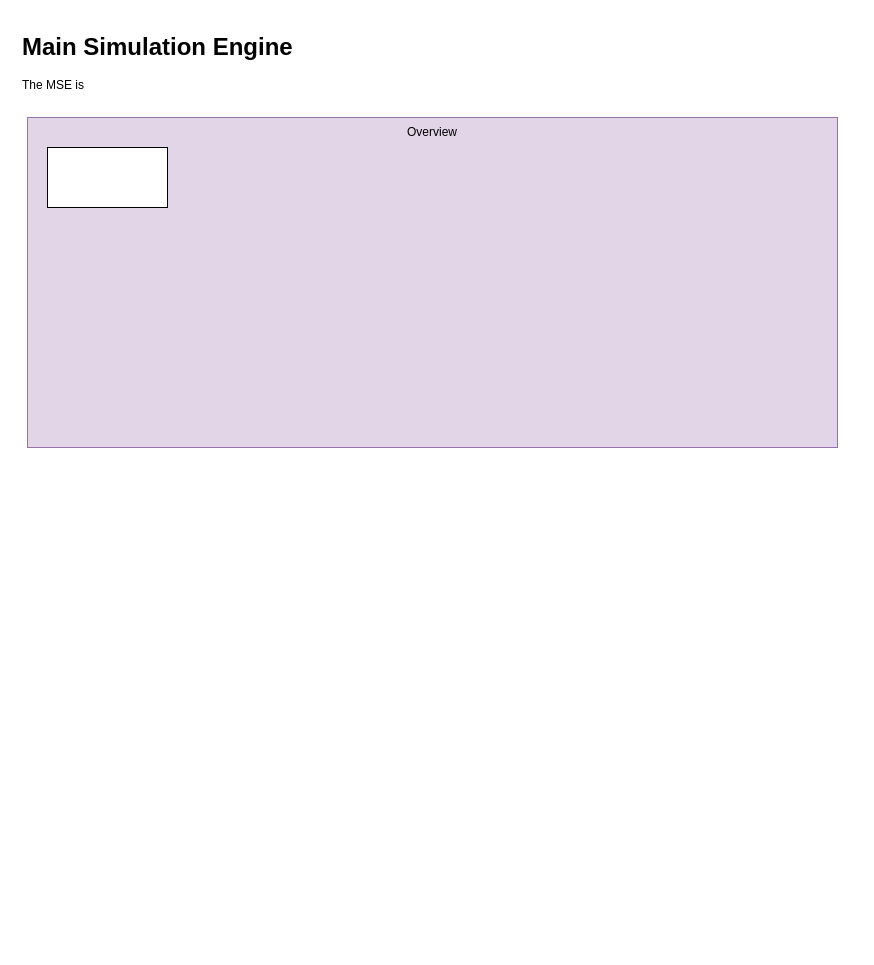
The draw.io diagram Docs/BrainGenix-NES.drawio in carboncopies/BrainGenix-NES, before the edit. Source tidied: cells renumbered, new cells numbered last; positions are measured from the earlier drawing's top-left corner, leaving out a move shared by most shapes. Both pictures are drawn from the tidied source at 100%, with x=0, y=0 at pixel (17, 27).
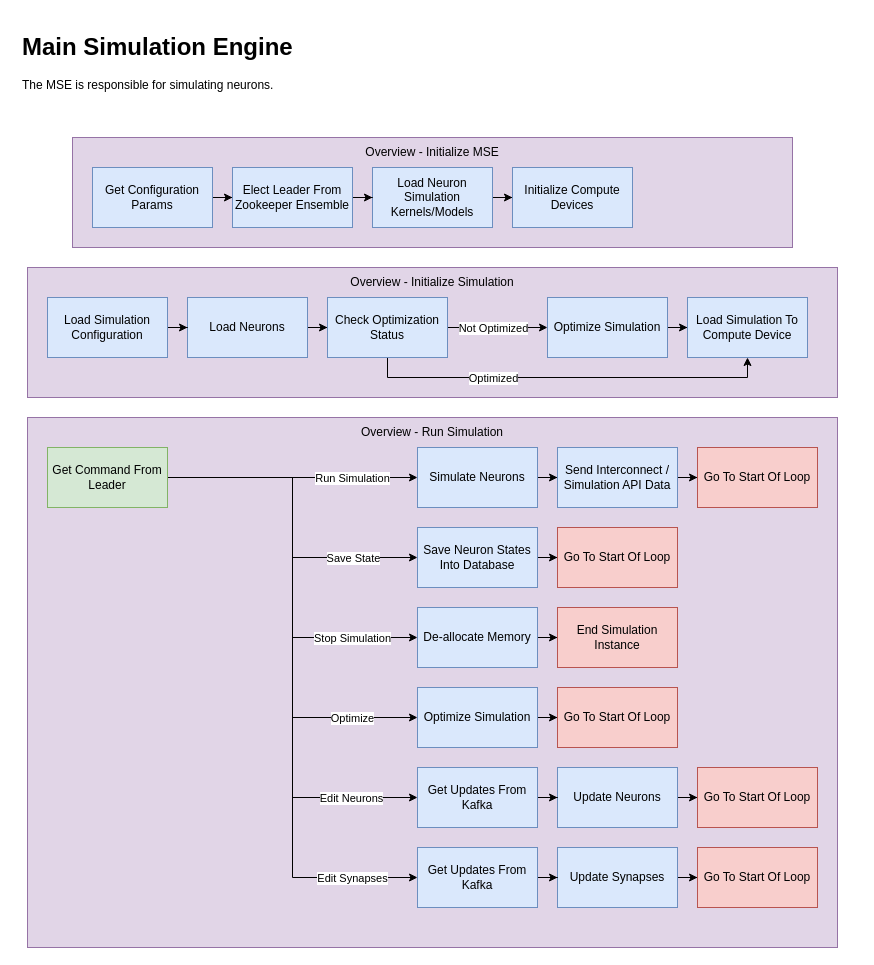
The same diagram, later.

Change to the diagram source:
```diff
@@
     <mxCell id="2" style="rounded=0;whiteSpace=wrap;html=1;fillColor=#e1d5e7;strokeColor=#9673a6;" parent="1" vertex="1">
-      <mxGeometry x="10" y="90" width="810" height="330" as="geometry" />
+      <mxGeometry x="55" y="110" width="720" height="110" as="geometry" />
     </mxCell>
-    <mxCell id="3" value="&lt;h1&gt;Main Simulation Engine&lt;br&gt;&lt;/h1&gt;&lt;p&gt;The MSE is &lt;br&gt;&lt;/p&gt;" style="text;html=1;strokeColor=none;fillColor=none;spacing=5;spacingTop=-20;whiteSpace=wrap;overflow=hidden;rounded=0;" parent="1" vertex="1">
-      <mxGeometry width="840" height="120" as="geometry" />
+    <mxCell id="3" value="&lt;h1&gt;Main Simulation Engine&lt;br&gt;&lt;/h1&gt;&lt;p&gt;The MSE is responsible for simulating neurons.&lt;br&gt;&lt;/p&gt;" style="text;html=1;strokeColor=none;fillColor=none;spacing=5;spacingTop=-20;whiteSpace=wrap;overflow=hidden;rounded=0;" parent="1" vertex="1">
+      <mxGeometry width="830" height="100" as="geometry" />
     </mxCell>
-    <mxCell id="4" value="Overview" style="text;html=1;strokeColor=none;fillColor=none;align=center;verticalAlign=middle;whiteSpace=wrap;rounded=0;" parent="1" vertex="1">
-      <mxGeometry x="10" y="90" width="810" height="30" as="geometry" />
+    <mxCell id="4" value="Overview - Initialize MSE" style="text;html=1;strokeColor=none;fillColor=none;align=center;verticalAlign=middle;whiteSpace=wrap;rounded=0;" parent="1" vertex="1">
+      <mxGeometry x="55" y="110" width="720" height="30" as="geometry" />
     </mxCell>
+    <mxCell id="6" style="edgeStyle=orthogonalEdgeStyle;rounded=0;jettySize=auto;html=1;" parent="1" edge="1" source="5" target="9">
+      <mxGeometry relative="1" as="geometry" />
+    </mxCell>
-    <mxCell id="5" style="rounded=0;whiteSpace=wrap;html=1;" parent="1" vertex="1">
-      <mxGeometry x="30" y="120" width="120" height="60" as="geometry" />
+    <mxCell id="5" value="Load Neuron Simulation Kernels/Models" style="rounded=0;whiteSpace=wrap;html=1;fillColor=#dae8fc;strokeColor=#6c8ebf;" parent="1" vertex="1">
+      <mxGeometry x="355" y="140" width="120" height="60" as="geometry" />
     </mxCell>
+    <mxCell id="7" style="edgeStyle=orthogonalEdgeStyle;rounded=0;jettySize=auto;html=1;" parent="1" edge="1" source="8" target="40">
+      <mxGeometry relative="1" as="geometry" />
+    </mxCell>
+    <mxCell id="8" value="Get Configuration Params" style="rounded=0;whiteSpace=wrap;html=1;fillColor=#dae8fc;strokeColor=#6c8ebf;" parent="1" vertex="1">
+      <mxGeometry x="75" y="140" width="120" height="60" as="geometry" />
+    </mxCell>
+    <mxCell id="9" value="Initialize Compute Devices" style="rounded=0;whiteSpace=wrap;html=1;fillColor=#dae8fc;strokeColor=#6c8ebf;" parent="1" vertex="1">
+      <mxGeometry x="495" y="140" width="120" height="60" as="geometry" />
+    </mxCell>
+    <mxCell id="10" style="rounded=0;whiteSpace=wrap;html=1;fillColor=#e1d5e7;strokeColor=#9673a6;" parent="1" vertex="1">
+      <mxGeometry x="10" y="240" width="810" height="130" as="geometry" />
+    </mxCell>
+    <mxCell id="11" value="Overview - Initialize Simulation" style="text;html=1;strokeColor=none;fillColor=none;align=center;verticalAlign=middle;whiteSpace=wrap;rounded=0;" parent="1" vertex="1">
+      <mxGeometry x="10" y="240" width="810" height="30" as="geometry" />
+    </mxCell>
+    <mxCell id="12" style="edgeStyle=orthogonalEdgeStyle;rounded=0;jettySize=auto;html=1;" parent="1" edge="1" source="13" target="18">
+      <mxGeometry relative="1" as="geometry" />
+    </mxCell>
+    <mxCell id="13" value="Load Neurons" style="rounded=0;whiteSpace=wrap;html=1;fillColor=#dae8fc;strokeColor=#6c8ebf;" parent="1" vertex="1">
+      <mxGeometry x="170" y="270" width="120" height="60" as="geometry" />
+    </mxCell>
+    <mxCell id="14" style="edgeStyle=orthogonalEdgeStyle;rounded=0;jettySize=auto;html=1;" parent="1" edge="1" source="18" target="37">
+      <mxGeometry relative="1" as="geometry" />
+    </mxCell>
+    <mxCell id="15" value="Not Optimized" style="edgeLabel;html=1;align=center;verticalAlign=middle;" parent="14" vertex="1">
+      <mxGeometry x="-0.26" y="-1" relative="1" as="geometry">
+        <mxPoint x="8" y="-1" as="offset" />
+      </mxGeometry>
+    </mxCell>
+    <mxCell id="16" style="edgeStyle=orthogonalEdgeStyle;rounded=0;jettySize=auto;html=1;" parent="1" edge="1" source="18" target="38">
+      <mxGeometry relative="1" as="geometry">
+        <Array as="points">
+          <mxPoint x="370" y="350" />
+          <mxPoint x="730" y="350" />
+        </Array>
+      </mxGeometry>
+    </mxCell>
+    <mxCell id="17" value="Optimized" style="edgeLabel;html=1;align=center;verticalAlign=middle;" parent="16" vertex="1">
+      <mxGeometry x="-0.07" relative="1" as="geometry">
+        <mxPoint x="-61" as="offset" />
+      </mxGeometry>
+    </mxCell>
+    <mxCell id="18" value="Check Optimization Status" style="rounded=0;whiteSpace=wrap;html=1;fillColor=#dae8fc;strokeColor=#6c8ebf;" parent="1" vertex="1">
+      <mxGeometry x="310" y="270" width="120" height="60" as="geometry" />
+    </mxCell>
+    <mxCell id="19" style="edgeStyle=orthogonalEdgeStyle;rounded=0;jettySize=auto;html=1;" parent="1" edge="1" source="20" target="13">
+      <mxGeometry relative="1" as="geometry" />
+    </mxCell>
+    <mxCell id="20" value="Load Simulation Configuration" style="rounded=0;whiteSpace=wrap;html=1;fillColor=#dae8fc;strokeColor=#6c8ebf;" parent="1" vertex="1">
+      <mxGeometry x="30" y="270" width="120" height="60" as="geometry" />
+    </mxCell>
+    <mxCell id="21" style="rounded=0;whiteSpace=wrap;html=1;fillColor=#e1d5e7;strokeColor=#9673a6;" parent="1" vertex="1">
+      <mxGeometry x="10" y="390" width="810" height="530" as="geometry" />
+    </mxCell>
+    <mxCell id="22" value="Overview - Run Simulation" style="text;html=1;strokeColor=none;fillColor=none;align=center;verticalAlign=middle;whiteSpace=wrap;rounded=0;" parent="1" vertex="1">
+      <mxGeometry x="10" y="390" width="810" height="30" as="geometry" />
+    </mxCell>
+    <mxCell id="23" style="edgeStyle=orthogonalEdgeStyle;rounded=0;jettySize=auto;html=1;" parent="1" edge="1" source="35" target="42">
+      <mxGeometry relative="1" as="geometry" />
+    </mxCell>
+    <mxCell id="24" value="Run Simulation" style="edgeLabel;html=1;align=center;verticalAlign=middle;" parent="23" vertex="1">
+      <mxGeometry x="0.12" y="-1" relative="1" as="geometry">
+        <mxPoint x="44" y="-1" as="offset" />
+      </mxGeometry>
+    </mxCell>
+    <mxCell id="25" style="edgeStyle=orthogonalEdgeStyle;rounded=0;jettySize=auto;html=1;entryX=0;entryY=0.5;entryDx=0;entryDy=0;" parent="1" edge="1" source="35" target="47">
+      <mxGeometry relative="1" as="geometry" />
+    </mxCell>
+    <mxCell id="26" value="Save State" style="edgeLabel;html=1;align=center;verticalAlign=middle;" parent="25" vertex="1">
+      <mxGeometry x="0.56" relative="1" as="geometry">
+        <mxPoint x="8" as="offset" />
+      </mxGeometry>
+    </mxCell>
+    <mxCell id="27" style="edgeStyle=orthogonalEdgeStyle;rounded=0;jettySize=auto;html=1;entryX=0;entryY=0.5;entryDx=0;entryDy=0;" parent="1" edge="1" source="35" target="50">
+      <mxGeometry relative="1" as="geometry" />
+    </mxCell>
+    <mxCell id="28" value="Stop Simulation" style="edgeLabel;html=1;align=center;verticalAlign=middle;" parent="27" vertex="1">
+      <mxGeometry x="0.65" relative="1" as="geometry">
+        <mxPoint x="6" as="offset" />
+      </mxGeometry>
+    </mxCell>
+    <mxCell id="29" style="edgeStyle=orthogonalEdgeStyle;rounded=0;jettySize=auto;html=1;entryX=0;entryY=0.5;entryDx=0;entryDy=0;" parent="1" edge="1" source="35" target="53">
+      <mxGeometry relative="1" as="geometry" />
+    </mxCell>
+    <mxCell id="30" value="Optimize" style="edgeLabel;html=1;align=center;verticalAlign=middle;" parent="29" vertex="1">
+      <mxGeometry x="0.71" y="1" relative="1" as="geometry">
+        <mxPoint x="5" y="1" as="offset" />
+      </mxGeometry>
+    </mxCell>
+    <mxCell id="31" style="edgeStyle=orthogonalEdgeStyle;rounded=0;jettySize=auto;html=1;entryX=0;entryY=0.5;entryDx=0;entryDy=0;" parent="1" edge="1" source="35" target="58">
+      <mxGeometry relative="1" as="geometry" />
+    </mxCell>
+    <mxCell id="32" value="Edit Neurons" style="edgeLabel;html=1;align=center;verticalAlign=middle;" parent="31" vertex="1">
+      <mxGeometry x="0.71" y="-1" relative="1" as="geometry">
+        <mxPoint x="16" y="-1" as="offset" />
+      </mxGeometry>
+    </mxCell>
+    <mxCell id="33" style="edgeStyle=orthogonalEdgeStyle;rounded=0;jettySize=auto;html=1;entryX=0;entryY=0.5;entryDx=0;entryDy=0;" parent="1" edge="1" source="35" target="63">
+      <mxGeometry relative="1" as="geometry" />
+    </mxCell>
+    <mxCell id="34" value="Edit Synapses" style="edgeLabel;html=1;align=center;verticalAlign=middle;" parent="33" vertex="1">
+      <mxGeometry x="0.76" y="1" relative="1" as="geometry">
+        <mxPoint x="12" y="1" as="offset" />
+      </mxGeometry>
+    </mxCell>
+    <mxCell id="35" value="Get Command From Leader" style="rounded=0;whiteSpace=wrap;html=1;fillColor=#d5e8d4;strokeColor=#82b366;" parent="1" vertex="1">
+      <mxGeometry x="30" y="420" width="120" height="60" as="geometry" />
+    </mxCell>
+    <mxCell id="36" style="edgeStyle=orthogonalEdgeStyle;rounded=0;jettySize=auto;html=1;" parent="1" edge="1" source="37" target="38">
+      <mxGeometry relative="1" as="geometry" />
+    </mxCell>
+    <mxCell id="37" value="Optimize Simulation" style="rounded=0;whiteSpace=wrap;html=1;fillColor=#dae8fc;strokeColor=#6c8ebf;" parent="1" vertex="1">
+      <mxGeometry x="530" y="270" width="120" height="60" as="geometry" />
+    </mxCell>
+    <mxCell id="38" value="Load Simulation To Compute Device" style="rounded=0;whiteSpace=wrap;html=1;fillColor=#dae8fc;strokeColor=#6c8ebf;" parent="1" vertex="1">
+      <mxGeometry x="670" y="270" width="120" height="60" as="geometry" />
+    </mxCell>
+    <mxCell id="39" style="edgeStyle=orthogonalEdgeStyle;rounded=0;jettySize=auto;html=1;" parent="1" edge="1" source="40" target="5">
+      <mxGeometry relative="1" as="geometry" />
+    </mxCell>
+    <mxCell id="40" value="Elect Leader From Zookeeper Ensemble" style="rounded=0;whiteSpace=wrap;html=1;fillColor=#dae8fc;strokeColor=#6c8ebf;" parent="1" vertex="1">
+      <mxGeometry x="215" y="140" width="120" height="60" as="geometry" />
+    </mxCell>
+    <mxCell id="41" style="edgeStyle=orthogonalEdgeStyle;rounded=0;jettySize=auto;html=1;" parent="1" edge="1" source="42" target="44">
+      <mxGeometry relative="1" as="geometry" />
+    </mxCell>
+    <mxCell id="42" value="Simulate Neurons" style="rounded=0;whiteSpace=wrap;html=1;fillColor=#dae8fc;strokeColor=#6c8ebf;" parent="1" vertex="1">
+      <mxGeometry x="400" y="420" width="120" height="60" as="geometry" />
+    </mxCell>
+    <mxCell id="43" style="edgeStyle=orthogonalEdgeStyle;rounded=0;jettySize=auto;html=1;" parent="1" edge="1" source="44" target="45">
+      <mxGeometry relative="1" as="geometry" />
+    </mxCell>
+    <mxCell id="44" value="Send Interconnect / Simulation API Data" style="rounded=0;whiteSpace=wrap;html=1;fillColor=#dae8fc;strokeColor=#6c8ebf;" parent="1" vertex="1">
+      <mxGeometry x="540" y="420" width="120" height="60" as="geometry" />
+    </mxCell>
+    <mxCell id="45" value="Go To Start Of Loop" style="rounded=0;whiteSpace=wrap;html=1;fillColor=#f8cecc;strokeColor=#b85450;" parent="1" vertex="1">
+      <mxGeometry x="680" y="420" width="120" height="60" as="geometry" />
+    </mxCell>
+    <mxCell id="46" style="edgeStyle=orthogonalEdgeStyle;rounded=0;jettySize=auto;html=1;" parent="1" edge="1" source="47" target="48">
+      <mxGeometry relative="1" as="geometry" />
+    </mxCell>
+    <mxCell id="47" value="Save Neuron States Into Database" style="rounded=0;whiteSpace=wrap;html=1;fillColor=#dae8fc;strokeColor=#6c8ebf;" parent="1" vertex="1">
+      <mxGeometry x="400" y="500" width="120" height="60" as="geometry" />
+    </mxCell>
+    <mxCell id="48" value="Go To Start Of Loop" style="rounded=0;whiteSpace=wrap;html=1;fillColor=#f8cecc;strokeColor=#b85450;" parent="1" vertex="1">
+      <mxGeometry x="540" y="500" width="120" height="60" as="geometry" />
+    </mxCell>
+    <mxCell id="49" style="edgeStyle=orthogonalEdgeStyle;rounded=0;jettySize=auto;html=1;" parent="1" edge="1" source="50" target="51">
+      <mxGeometry relative="1" as="geometry" />
+    </mxCell>
+    <mxCell id="50" value="De-allocate Memory" style="rounded=0;whiteSpace=wrap;html=1;fillColor=#dae8fc;strokeColor=#6c8ebf;" parent="1" vertex="1">
+      <mxGeometry x="400" y="580" width="120" height="60" as="geometry" />
+    </mxCell>
+    <mxCell id="51" value="End Simulation Instance" style="rounded=0;whiteSpace=wrap;html=1;fillColor=#f8cecc;strokeColor=#b85450;" parent="1" vertex="1">
+      <mxGeometry x="540" y="580" width="120" height="60" as="geometry" />
+    </mxCell>
+    <mxCell id="52" style="edgeStyle=orthogonalEdgeStyle;rounded=0;jettySize=auto;html=1;" parent="1" edge="1" source="53" target="54">
+      <mxGeometry relative="1" as="geometry" />
+    </mxCell>
+    <mxCell id="53" value="Optimize Simulation" style="rounded=0;whiteSpace=wrap;html=1;fillColor=#dae8fc;strokeColor=#6c8ebf;" parent="1" vertex="1">
+      <mxGeometry x="400" y="660" width="120" height="60" as="geometry" />
+    </mxCell>
+    <mxCell id="54" value="Go To Start Of Loop" style="rounded=0;whiteSpace=wrap;html=1;fillColor=#f8cecc;strokeColor=#b85450;" parent="1" vertex="1">
+      <mxGeometry x="540" y="660" width="120" height="60" as="geometry" />
+    </mxCell>
+    <mxCell id="55" style="edgeStyle=orthogonalEdgeStyle;rounded=0;jettySize=auto;html=1;" parent="1" edge="1" source="56" target="59">
+      <mxGeometry relative="1" as="geometry" />
+    </mxCell>
+    <mxCell id="56" value="Update Neurons" style="rounded=0;whiteSpace=wrap;html=1;fillColor=#dae8fc;strokeColor=#6c8ebf;" parent="1" vertex="1">
+      <mxGeometry x="540" y="740" width="120" height="60" as="geometry" />
+    </mxCell>
+    <mxCell id="57" style="edgeStyle=orthogonalEdgeStyle;rounded=0;jettySize=auto;html=1;" parent="1" edge="1" source="58" target="56">
+      <mxGeometry relative="1" as="geometry" />
+    </mxCell>
+    <mxCell id="58" value="Get Updates From Kafka" style="rounded=0;whiteSpace=wrap;html=1;fillColor=#dae8fc;strokeColor=#6c8ebf;" parent="1" vertex="1">
+      <mxGeometry x="400" y="740" width="120" height="60" as="geometry" />
+    </mxCell>
+    <mxCell id="59" value="Go To Start Of Loop" style="rounded=0;whiteSpace=wrap;html=1;fillColor=#f8cecc;strokeColor=#b85450;" parent="1" vertex="1">
+      <mxGeometry x="680" y="740" width="120" height="60" as="geometry" />
+    </mxCell>
+    <mxCell id="60" style="edgeStyle=orthogonalEdgeStyle;rounded=0;jettySize=auto;html=1;" parent="1" edge="1" source="61" target="64">
+      <mxGeometry relative="1" as="geometry" />
+    </mxCell>
+    <mxCell id="61" value="Update Synapses" style="rounded=0;whiteSpace=wrap;html=1;fillColor=#dae8fc;strokeColor=#6c8ebf;" parent="1" vertex="1">
+      <mxGeometry x="540" y="820" width="120" height="60" as="geometry" />
+    </mxCell>
+    <mxCell id="62" style="edgeStyle=orthogonalEdgeStyle;rounded=0;jettySize=auto;html=1;" parent="1" edge="1" source="63" target="61">
+      <mxGeometry relative="1" as="geometry" />
+    </mxCell>
+    <mxCell id="63" value="Get Updates From Kafka" style="rounded=0;whiteSpace=wrap;html=1;fillColor=#dae8fc;strokeColor=#6c8ebf;" parent="1" vertex="1">
+      <mxGeometry x="400" y="820" width="120" height="60" as="geometry" />
+    </mxCell>
+    <mxCell id="64" value="Go To Start Of Loop" style="rounded=0;whiteSpace=wrap;html=1;fillColor=#f8cecc;strokeColor=#b85450;" parent="1" vertex="1">
+      <mxGeometry x="680" y="820" width="120" height="60" as="geometry" />
+    </mxCell>
```
